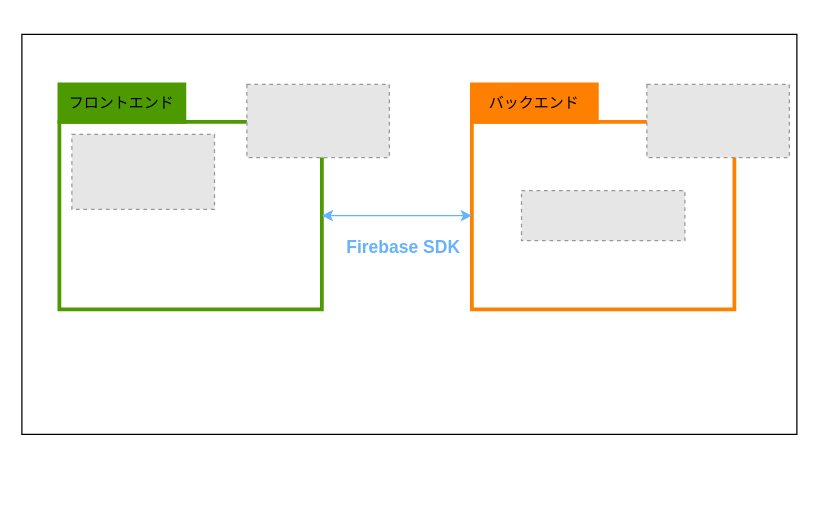
This is infra.drawio from KamiHitoe/wedding_quiz, a draw.io file, before an edit. Source tidied: cells renumbered, new cells numbered last; positions are measured from the earlier drawing's top-left corner, leaving out a move shared by most shapes. Both pictures are drawn from the tidied source at 125%, with x=0, y=0 at pixel (21, 34). Pictures stored in the file or linked from it are replaced by grey dashed boxes.
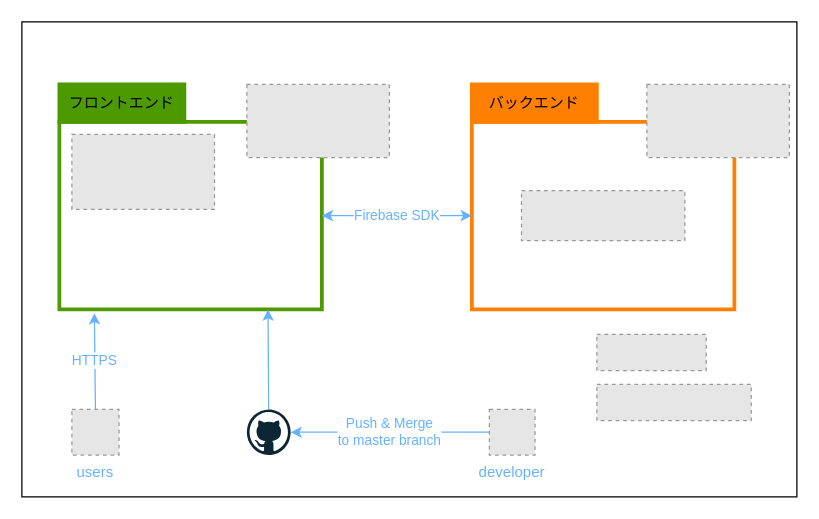
Above is the later version.

Unchanged cells that the change refers to:
```xml
<mxCell id="3" style="rounded=0;whiteSpace=wrap;html=1;fillColor=none;strokeColor=#FF8000;strokeWidth=3;" parent="1" vertex="1">
  <mxGeometry x="360" y="70" width="210" height="150" as="geometry" />
</mxCell>
<mxCell id="4" style="rounded=0;whiteSpace=wrap;html=1;fillColor=none;strokeColor=#4D9900;strokeWidth=3;" parent="1" vertex="1">
  <mxGeometry x="30" y="70" width="210" height="150" as="geometry" />
</mxCell>
```

The edit, as a diff of the source:
```diff
@@
     <mxCell id="2" style="rounded=0;whiteSpace=wrap;html=1;fillColor=#fff;" parent="1" vertex="1">
-      <mxGeometry width="620" height="320" as="geometry" />
+      <mxGeometry y="-10" width="620" height="380" as="geometry" />
     </mxCell>
@@
-    <mxCell id="11" style="endArrow=classic;startArrow=classic;html=1;strokeColor=#66B2FF;exitX=1;exitY=0.5;exitDx=0;exitDy=0;entryX=0;entryY=0.5;entryDx=0;entryDy=0;" parent="1" edge="1" source="4" target="3">
+    <mxCell id="11" value="Firebase SDK" style="endArrow=classic;startArrow=classic;html=1;strokeColor=#66B2FF;exitX=1;exitY=0.5;exitDx=0;exitDy=0;entryX=0;entryY=0.5;entryDx=0;entryDy=0;fontColor=#66B2FF;labelBackgroundColor=#ffffff;" parent="1" edge="1" source="4" target="3">
       <mxGeometry relative="1" as="geometry" />
     </mxCell>
-    <mxCell id="12" value="Firebase SDK" style="text;html=1;align=center;verticalAlign=middle;fillColor=none;strokeColor=none;rounded=0;fontColor=#66B2FF;fontStyle=1;fontSize=14;" parent="1" vertex="1">
-      <mxGeometry x="250" y="160" width="110" height="20" as="geometry" />
-    </mxCell>
+    <mxCell id="13" value="developer" style="fillColor=#E6E6E6;strokeColor=#999999;dashed=1;verticalLabelPosition=bottom;labelBackgroundColor=none;verticalAlign=top;fontColor=#66B2FF;" parent="1" vertex="1">
+      <mxGeometry x="374" y="300" width="36.5" height="36.5" as="geometry" />
+    </mxCell>
+    <mxCell id="14" value="users" style="fillColor=#E6E6E6;strokeColor=#999999;dashed=1;verticalLabelPosition=bottom;labelBackgroundColor=none;verticalAlign=top;fontColor=#66B2FF;" parent="1" vertex="1">
+      <mxGeometry x="40" y="300" width="37.7" height="36.5" as="geometry" />
+    </mxCell>
+    <mxCell id="15" style="dashed=0;outlineConnect=0;html=1;align=center;labelPosition=center;verticalLabelPosition=bottom;verticalAlign=top;shape=mxgraph.weblogos.github;labelBackgroundColor=none;fontColor=#66B2FF;" parent="1" vertex="1">
+      <mxGeometry x="180" y="300" width="35" height="36.5" as="geometry" />
+    </mxCell>
+    <mxCell id="16" value="HTTPS" style="endArrow=classic;html=1;labelBackgroundColor=#ffffff;fontColor=#66B2FF;strokeColor=#66B2FF;exitX=0.5;exitY=0;exitDx=0;exitDy=0;" parent="1" edge="1" source="14">
+      <mxGeometry relative="1" as="geometry">
+        <mxPoint x="58" y="223" as="targetPoint" />
+      </mxGeometry>
+    </mxCell>
+    <mxCell id="17" value="Push &amp;amp; Merge&lt;br&gt;to master branch" style="endArrow=classic;html=1;labelBackgroundColor=#ffffff;fontColor=#66B2FF;strokeColor=#66B2FF;exitX=0;exitY=0.5;exitDx=0;exitDy=0;" parent="1" edge="1" source="13" target="15">
+      <mxGeometry relative="1" as="geometry" />
+    </mxCell>
+    <mxCell id="18" style="endArrow=classic;html=1;labelBackgroundColor=#ffffff;fontColor=#66B2FF;strokeColor=#66B2FF;entryX=0.795;entryY=1;entryDx=0;entryDy=0;entryPerimeter=0;" parent="1" edge="1" source="15" target="4">
+      <mxGeometry relative="1" as="geometry" />
+    </mxCell>
+    <mxCell id="19" style="fillColor=#E6E6E6;strokeColor=#999999;dashed=1;verticalLabelPosition=bottom;labelBackgroundColor=#ffffff;verticalAlign=top;" parent="1" vertex="1">
+      <mxGeometry x="460" y="280" width="123.5" height="29" as="geometry" />
+    </mxCell>
+    <mxCell id="20" style="fillColor=#E6E6E6;strokeColor=#999999;dashed=1;verticalLabelPosition=bottom;labelBackgroundColor=#ffffff;verticalAlign=top;" parent="1" vertex="1">
+      <mxGeometry x="460" y="240" width="87.5" height="29" as="geometry" />
+    </mxCell>
```
